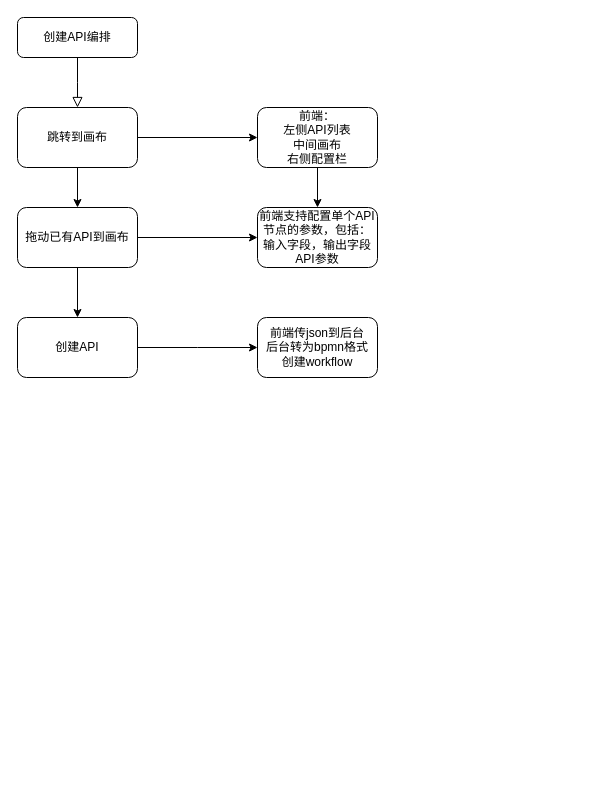
This is diagrams/Untitled Diagram.drawio from justbeatdruid/diagrams, a draw.io file, before an edit. Source tidied: cells renumbered, new cells numbered last; positions are measured from the earlier drawing's top-left corner, leaving out a move shared by most shapes. Both pictures are drawn from the tidied source at 100%, with x=0, y=0 at pixel (17, 17).
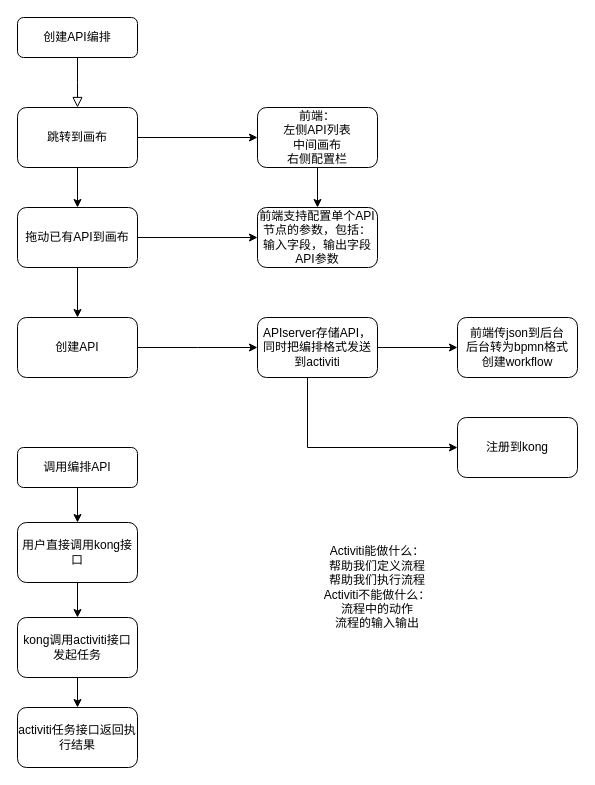
Above is the later version.

The edit, as a diff of the source:
```diff
@@
+    <mxCell id="16" style="edgeStyle=orthogonalEdgeStyle;rounded=0;jettySize=auto;html=1;" parent="1" edge="1" source="15" target="18">
+      <mxGeometry relative="1" as="geometry" />
+    </mxCell>
+    <mxCell id="17" style="edgeStyle=orthogonalEdgeStyle;rounded=0;jettySize=auto;html=1;" parent="1" edge="1" source="15" target="23">
+      <mxGeometry relative="1" as="geometry">
+        <Array as="points">
+          <mxPoint x="290" y="430" />
+        </Array>
+      </mxGeometry>
+    </mxCell>
-    <mxCell id="15" value="前端传json到后台&lt;br&gt;后台转为bpmn格式&lt;br&gt;创建workflow" style="rounded=1;whiteSpace=wrap;html=1;" parent="1" vertex="1">
+    <mxCell id="15" value="APIserver存储API，同时把编排格式发送到activiti" style="rounded=1;whiteSpace=wrap;html=1;" parent="1" vertex="1">
       <mxGeometry x="240" y="300" width="120" height="60" as="geometry" />
     </mxCell>
+    <mxCell id="18" value="&lt;span&gt;前端传json到后台&lt;/span&gt;&lt;br&gt;&lt;span&gt;后台转为bpmn格式&lt;/span&gt;&lt;br&gt;&lt;span&gt;创建workflow&lt;/span&gt;" style="whiteSpace=wrap;html=1;rounded=1;" parent="1" vertex="1">
+      <mxGeometry x="440" y="300" width="120" height="60" as="geometry" />
+    </mxCell>
+    <mxCell id="19" style="edgeStyle=orthogonalEdgeStyle;rounded=0;jettySize=auto;html=1;" parent="1" edge="1" source="20" target="22">
+      <mxGeometry relative="1" as="geometry" />
+    </mxCell>
+    <mxCell id="20" value="调用编排API" style="rounded=1;whiteSpace=wrap;html=1;fontSize=12;glass=0;strokeWidth=1;shadow=0;" parent="1" vertex="1">
+      <mxGeometry y="430" width="120" height="40" as="geometry" />
+    </mxCell>
+    <mxCell id="21" style="edgeStyle=orthogonalEdgeStyle;rounded=0;jettySize=auto;html=1;" parent="1" edge="1" source="22" target="25">
+      <mxGeometry relative="1" as="geometry" />
+    </mxCell>
+    <mxCell id="22" value="用户直接调用kong接口" style="whiteSpace=wrap;html=1;rounded=1;shadow=0;strokeWidth=1;glass=0;" parent="1" vertex="1">
+      <mxGeometry y="505" width="120" height="60" as="geometry" />
+    </mxCell>
+    <mxCell id="23" value="注册到kong" style="whiteSpace=wrap;html=1;rounded=1;" parent="1" vertex="1">
+      <mxGeometry x="440" y="400" width="120" height="60" as="geometry" />
+    </mxCell>
+    <mxCell id="24" style="edgeStyle=orthogonalEdgeStyle;rounded=0;jettySize=auto;html=1;" parent="1" edge="1" source="25" target="26">
+      <mxGeometry relative="1" as="geometry" />
+    </mxCell>
+    <mxCell id="25" value="kong调用activiti接口发起任务" style="whiteSpace=wrap;html=1;rounded=1;shadow=0;strokeWidth=1;glass=0;" parent="1" vertex="1">
+      <mxGeometry y="600" width="120" height="60" as="geometry" />
+    </mxCell>
+    <mxCell id="26" value="activiti任务接口返回执行结果" style="whiteSpace=wrap;html=1;rounded=1;shadow=0;strokeWidth=1;glass=0;" parent="1" vertex="1">
+      <mxGeometry y="690" width="120" height="60" as="geometry" />
+    </mxCell>
+    <mxCell id="27" value="Activiti能做什么：&lt;br&gt;帮助我们定义流程&lt;br&gt;帮助我们执行流程&lt;br&gt;Activiti不能做什么：&lt;br&gt;流程中的动作&lt;br&gt;流程的输入输出" style="text;html=1;strokeColor=none;fillColor=none;align=center;verticalAlign=middle;whiteSpace=wrap;rounded=0;" parent="1" vertex="1">
+      <mxGeometry x="210" y="520" width="300" height="100" as="geometry" />
+    </mxCell>
```
